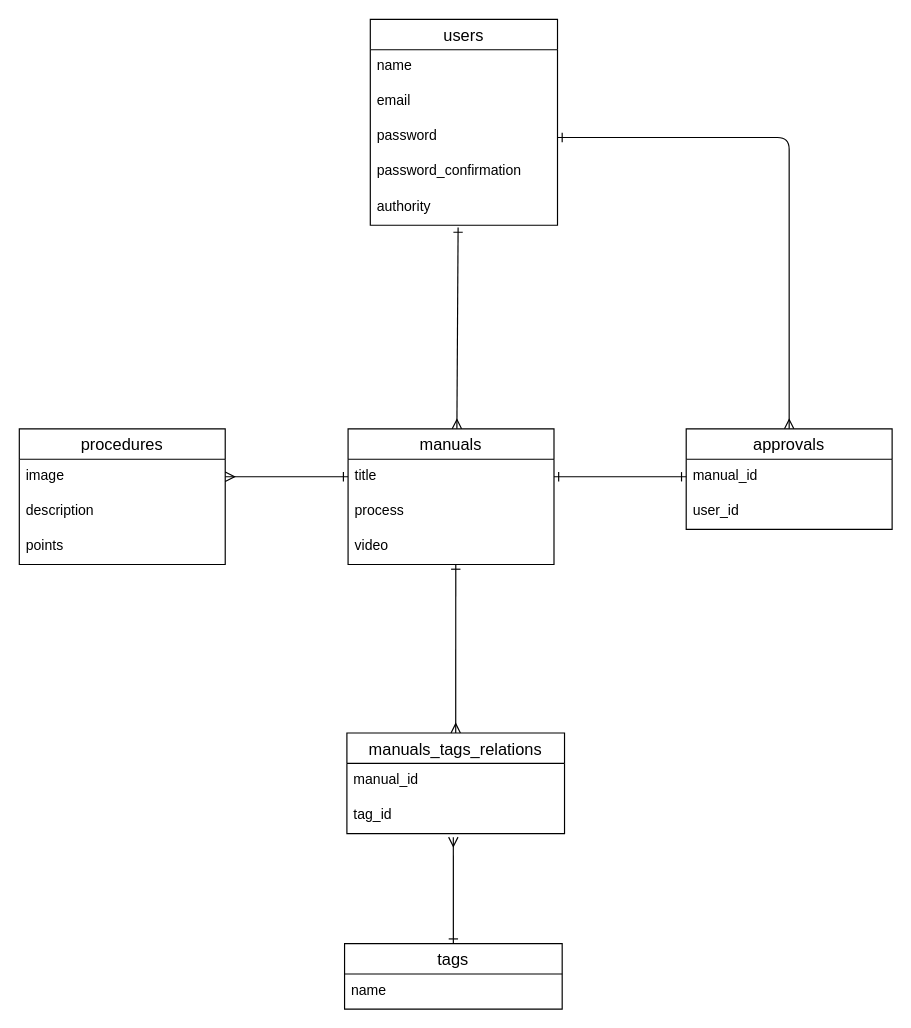
Earlier version of the draw.io diagram page "ER図" (1 of 2) of ER .dio (shotaoba/manual). Source tidied: cells renumbered, new cells numbered last; positions are measured from the earlier drawing's top-left corner, leaving out a move shared by most shapes. Both pictures are drawn from the tidied source at 117%, with x=0, y=0 at pixel (19, 19).
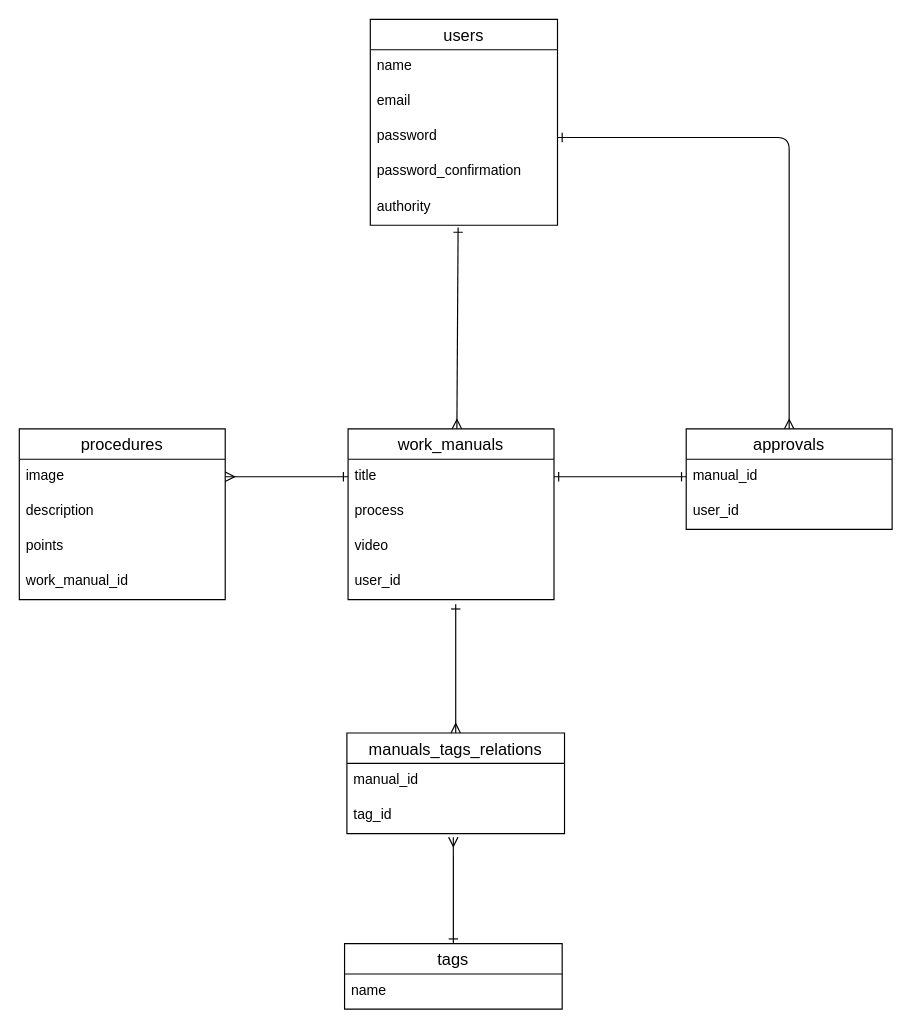
The same page after the edit.

The change refers to these unchanged cells:
```xml
<mxCell id="5" value="video" style="text;strokeColor=none;fillColor=none;spacingLeft=4;spacingRight=4;overflow=hidden;points=[[0,0.5],[1,0.5]];portConstraint=eastwest;fontSize=12;" parent="2" vertex="1">
  <mxGeometry y="86" width="176" height="30" as="geometry" />
</mxCell>
<mxCell id="15" value="manuals_tags_relations" style="swimlane;fontStyle=0;horizontal=1;startSize=26;align=center;fontSize=14;" parent="1" vertex="1">
  <mxGeometry x="280" y="610" width="186" height="86" as="geometry" />
</mxCell>
```

The edit, as a diff of the source:
```diff
@@
-    <mxCell id="2" value="manuals" style="swimlane;fontStyle=0;horizontal=1;startSize=26;align=center;fontSize=14;" parent="1" vertex="1">
-      <mxGeometry x="281" y="350" width="176" height="116" as="geometry" />
+    <mxCell id="2" value="work_manuals" style="swimlane;fontStyle=0;horizontal=1;startSize=26;align=center;fontSize=14;" parent="1" vertex="1">
+      <mxGeometry x="281" y="350" width="176" height="146" as="geometry" />
     </mxCell>
@@
+    <mxCell id="30" value="user_id" style="text;strokeColor=none;fillColor=none;spacingLeft=4;spacingRight=4;overflow=hidden;fontSize=12;" parent="2" vertex="1">
+      <mxGeometry y="116" width="176" height="30" as="geometry" />
+    </mxCell>
@@
-    <mxCell id="18" style="fontSize=12;html=1;endArrow=ERmany;startArrow=ERone;startFill=0;endFill=0;exitX=0.523;exitY=1;exitDx=0;exitDy=0;exitPerimeter=0;entryX=0.5;entryY=0;entryDx=0;entryDy=0;" parent="1" edge="1" source="5" target="15">
-      <mxGeometry relative="1" as="geometry" />
+    <mxCell id="18" style="fontSize=12;html=1;endArrow=ERmany;startArrow=ERone;startFill=0;endFill=0;entryX=0.5;entryY=0;entryDx=0;entryDy=0;" parent="1" edge="1" target="15">
+      <mxGeometry relative="1" as="geometry">
+        <mxPoint x="373" y="500" as="sourcePoint" />
+      </mxGeometry>
     </mxCell>
@@
     <mxCell id="24" value="procedures" style="swimlane;fontStyle=0;horizontal=1;startSize=26;align=center;fontSize=14;" parent="1" vertex="1">
-      <mxGeometry y="350" width="176" height="116" as="geometry" />
+      <mxGeometry y="350" width="176" height="146" as="geometry" />
     </mxCell>
@@
+    <mxCell id="31" value="work_manual_id" style="text;strokeColor=none;fillColor=none;spacingLeft=4;spacingRight=4;overflow=hidden;fontSize=12;" parent="24" vertex="1">
+      <mxGeometry y="116" width="176" height="30" as="geometry" />
+    </mxCell>
```
